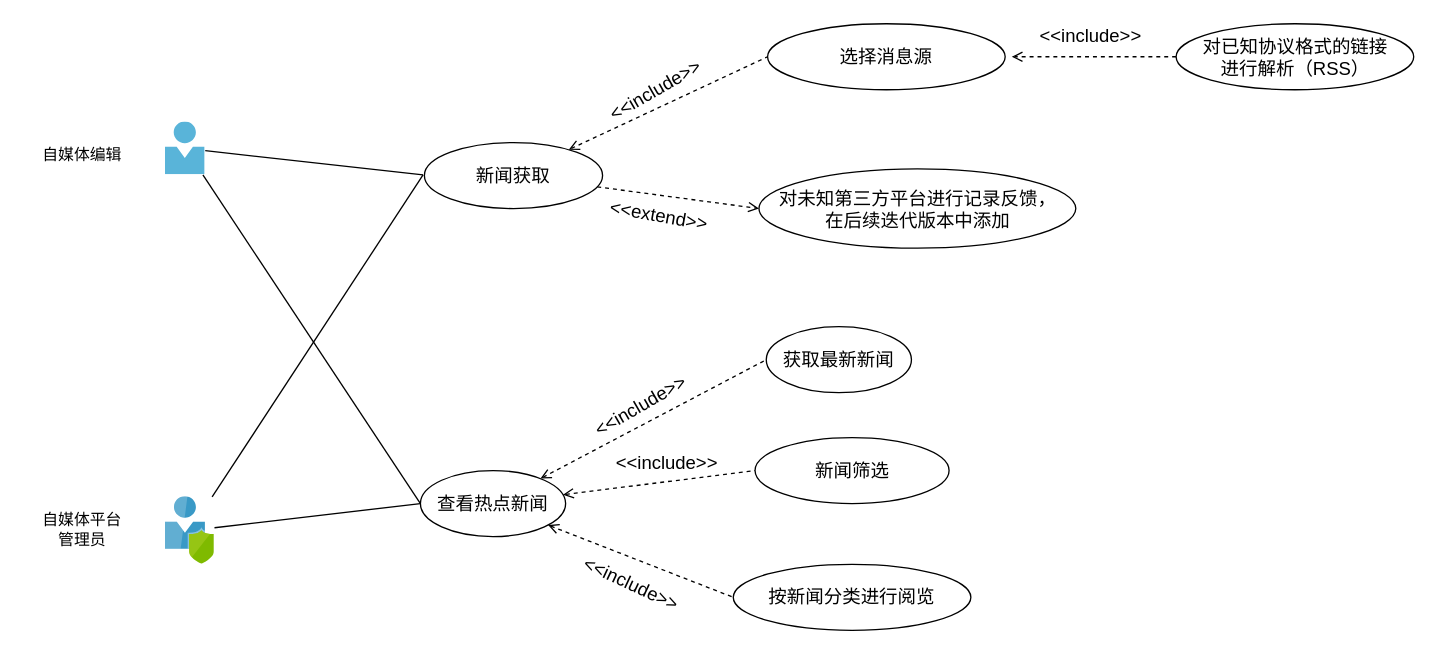
Above: 1-SoftwareRequirements/NewsFeed/nf_usercase.drawio in zan-press/diagram (draw.io), before the change. Source tidied: cells renumbered, new cells numbered last; positions are measured from the earlier drawing's top-left corner, leaving out a move shared by most shapes. Both pictures are drawn from the tidied source at 132%, with x=0, y=0 at pixel (22, 22).
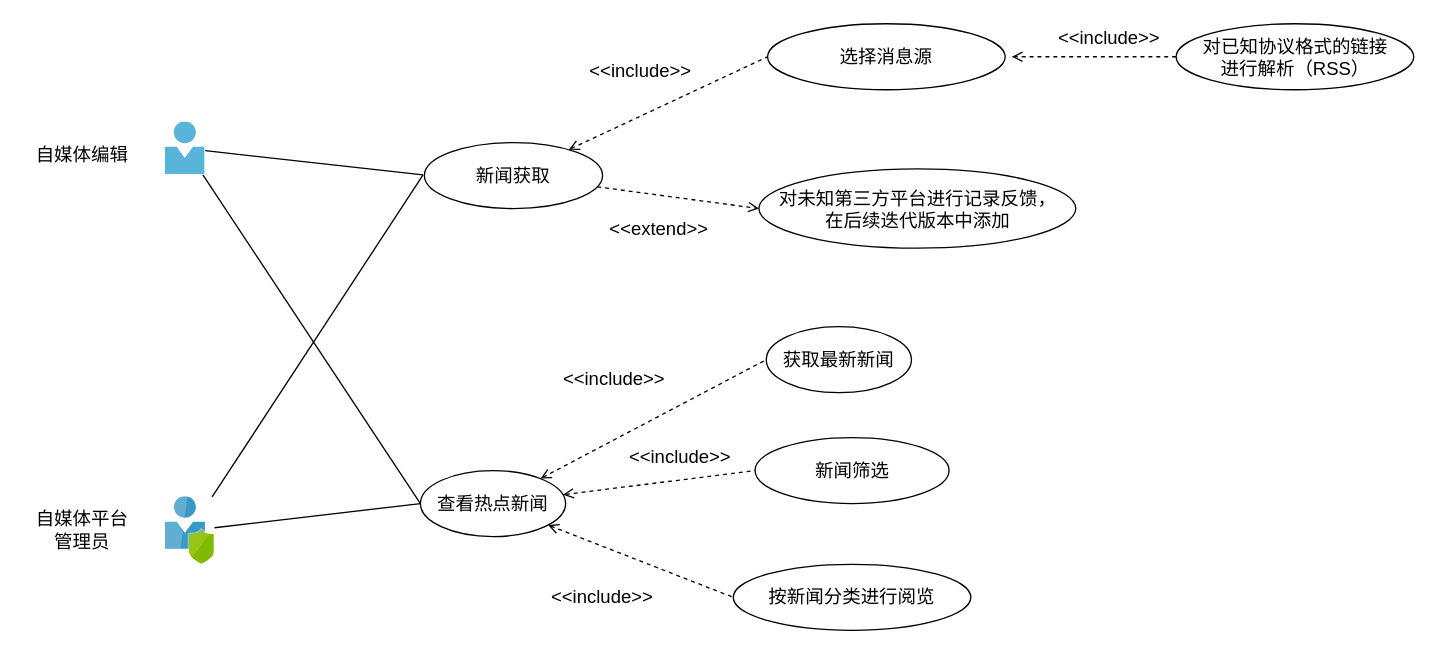
After the change.

Unchanged cells that the change refers to:
```xml
<mxCell id="26" value="对已知协议格式的链接&lt;br&gt;进行解析（RSS）" style="ellipse;whiteSpace=wrap;html=1;fontFamily=SF Mono;fontSize=14;" parent="1" vertex="1">
  <mxGeometry x="873.5" y="0.5" width="180" height="50" as="geometry" />
</mxCell>
```

Change to the diagram source:
```diff
@@
-    <mxCell id="4" style="html=1;points=[];align=center;image;fontSize=12;image=img/lib/mscae/Person.svg;" parent="1" vertex="1">
+    <mxCell id="4" style="html=1;points=[];align=center;image;fontSize=12;image=img/lib/mscae/Person.svg;fontFamily=SF Mono;" parent="1" vertex="1">
       <mxGeometry x="108" y="75" width="30" height="40" as="geometry" />
     </mxCell>
@@
-    <mxCell id="7" style="html=1;points=[];align=center;image;fontSize=12;image=img/lib/mscae/User_Privacy.svg;" parent="1" vertex="1">
+    <mxCell id="7" style="html=1;points=[];align=center;image;fontSize=12;image=img/lib/mscae/User_Privacy.svg;fontFamily=SF Mono;" parent="1" vertex="1">
       <mxGeometry x="108" y="359" width="37" height="51" as="geometry" />
     </mxCell>
-    <mxCell id="8" value="自媒体编辑" style="text;html=1;strokeColor=none;fillColor=none;align=center;verticalAlign=middle;whiteSpace=wrap;rounded=0;fontFamily=SF Mono;fontStyle=0;" parent="1" vertex="1">
+    <mxCell id="8" value="自媒体编辑" style="text;html=1;strokeColor=none;fillColor=none;align=center;verticalAlign=middle;whiteSpace=wrap;rounded=0;fontFamily=SF Mono;fontStyle=0;fontSize=14;" parent="1" vertex="1">
       <mxGeometry x="-0.5" y="85" width="90" height="30" as="geometry" />
     </mxCell>
-    <mxCell id="9" value="自媒体平台&lt;br&gt;管理员" style="text;html=1;strokeColor=none;fillColor=none;align=center;verticalAlign=middle;whiteSpace=wrap;rounded=0;fontFamily=SF Mono;fontStyle=0;" parent="1" vertex="1">
+    <mxCell id="9" value="自媒体平台&lt;br style=&quot;font-size: 14px;&quot;&gt;管理员" style="text;html=1;strokeColor=none;fillColor=none;align=center;verticalAlign=middle;whiteSpace=wrap;rounded=0;fontFamily=SF Mono;fontStyle=0;fontSize=14;" parent="1" vertex="1">
       <mxGeometry x="-0.5" y="369" width="90" height="30" as="geometry" />
     </mxCell>
@@
-    <mxCell id="17" value="&amp;lt;&amp;lt;include&amp;gt;&amp;gt;" style="text;html=1;strokeColor=none;fillColor=none;align=center;verticalAlign=middle;whiteSpace=wrap;rounded=0;fontFamily=SF Mono;fontSize=14;rotation=-30;" parent="1" vertex="1">
-      <mxGeometry x="418" y="280" width="100" height="20" as="geometry" />
+    <mxCell id="17" value="&amp;lt;&amp;lt;include&amp;gt;&amp;gt;" style="text;html=1;strokeColor=none;fillColor=none;align=center;verticalAlign=middle;whiteSpace=wrap;rounded=0;fontFamily=SF Mono;fontSize=14;rotation=0;" parent="1" vertex="1">
+      <mxGeometry x="398" y="260" width="100" height="20" as="geometry" />
     </mxCell>
@@
-    <mxCell id="19" value="&amp;lt;&amp;lt;include&amp;gt;&amp;gt;" style="text;html=1;strokeColor=none;fillColor=none;align=center;verticalAlign=middle;whiteSpace=wrap;rounded=0;fontFamily=SF Mono;fontSize=14;rotation=25;" parent="1" vertex="1">
-      <mxGeometry x="411" y="415" width="100" height="20" as="geometry" />
+    <mxCell id="19" value="&amp;lt;&amp;lt;include&amp;gt;&amp;gt;" style="text;html=1;strokeColor=none;fillColor=none;align=center;verticalAlign=middle;whiteSpace=wrap;rounded=0;fontFamily=SF Mono;fontSize=14;rotation=0;" parent="1" vertex="1">
+      <mxGeometry x="389" y="425" width="100" height="20" as="geometry" />
     </mxCell>
     <mxCell id="20" value="&amp;lt;&amp;lt;include&amp;gt;&amp;gt;" style="text;html=1;strokeColor=none;fillColor=none;align=center;verticalAlign=middle;whiteSpace=wrap;rounded=0;fontFamily=SF Mono;fontSize=14;rotation=0;" parent="1" vertex="1">
-      <mxGeometry x="438" y="323" width="100" height="20" as="geometry" />
+      <mxGeometry x="448" y="319" width="100" height="20" as="geometry" />
     </mxCell>
@@
-    <mxCell id="22" value="&amp;lt;&amp;lt;extend&amp;gt;&amp;gt;" style="text;html=1;strokeColor=none;fillColor=none;align=center;verticalAlign=middle;whiteSpace=wrap;rounded=0;fontFamily=SF Mono;fontSize=14;rotation=10;" parent="1" vertex="1">
-      <mxGeometry x="432" y="136" width="100" height="20" as="geometry" />
+    <mxCell id="22" value="&amp;lt;&amp;lt;extend&amp;gt;&amp;gt;" style="text;html=1;strokeColor=none;fillColor=none;align=center;verticalAlign=middle;whiteSpace=wrap;rounded=0;fontFamily=SF Mono;fontSize=14;rotation=0;" parent="1" vertex="1">
+      <mxGeometry x="432" y="146" width="100" height="20" as="geometry" />
     </mxCell>
@@
-    <mxCell id="25" style="edgeStyle=none;rounded=0;jettySize=auto;html=1;exitX=0;exitY=0.5;exitDx=0;exitDy=0;dashed=1;startArrow=none;startFill=0;endArrow=open;endFill=0;" parent="1" edge="1" source="26">
+    <mxCell id="25" style="edgeStyle=none;rounded=0;jettySize=auto;html=1;exitX=0;exitY=0.5;exitDx=0;exitDy=0;dashed=1;startArrow=none;startFill=0;endArrow=open;endFill=0;fontFamily=SF Mono;" parent="1" edge="1" source="26">
       <mxGeometry relative="1" as="geometry">
         <mxPoint x="749" y="25.5" as="targetPoint" />
       </mxGeometry>
     </mxCell>
@@
-    <mxCell id="29" value="&amp;lt;&amp;lt;include&amp;gt;&amp;gt;" style="text;html=1;strokeColor=none;fillColor=none;align=center;verticalAlign=middle;whiteSpace=wrap;rounded=0;fontFamily=SF Mono;fontSize=14;rotation=-30;" parent="1" vertex="1">
-      <mxGeometry x="429" y="40.5" width="100" height="20" as="geometry" />
+    <mxCell id="29" value="&amp;lt;&amp;lt;include&amp;gt;&amp;gt;" style="text;html=1;strokeColor=none;fillColor=none;align=center;verticalAlign=middle;whiteSpace=wrap;rounded=0;fontFamily=SF Mono;fontSize=14;rotation=0;" parent="1" vertex="1">
+      <mxGeometry x="418" y="25.5" width="100" height="20" as="geometry" />
     </mxCell>
     <mxCell id="30" value="&amp;lt;&amp;lt;include&amp;gt;&amp;gt;" style="text;html=1;strokeColor=none;fillColor=none;align=center;verticalAlign=middle;whiteSpace=wrap;rounded=0;fontFamily=SF Mono;fontSize=14;rotation=0;" parent="1" vertex="1">
-      <mxGeometry x="758.8" y="-0.5" width="100" height="20" as="geometry" />
+      <mxGeometry x="773.3" y="0.5" width="100" height="20" as="geometry" />
     </mxCell>
```
